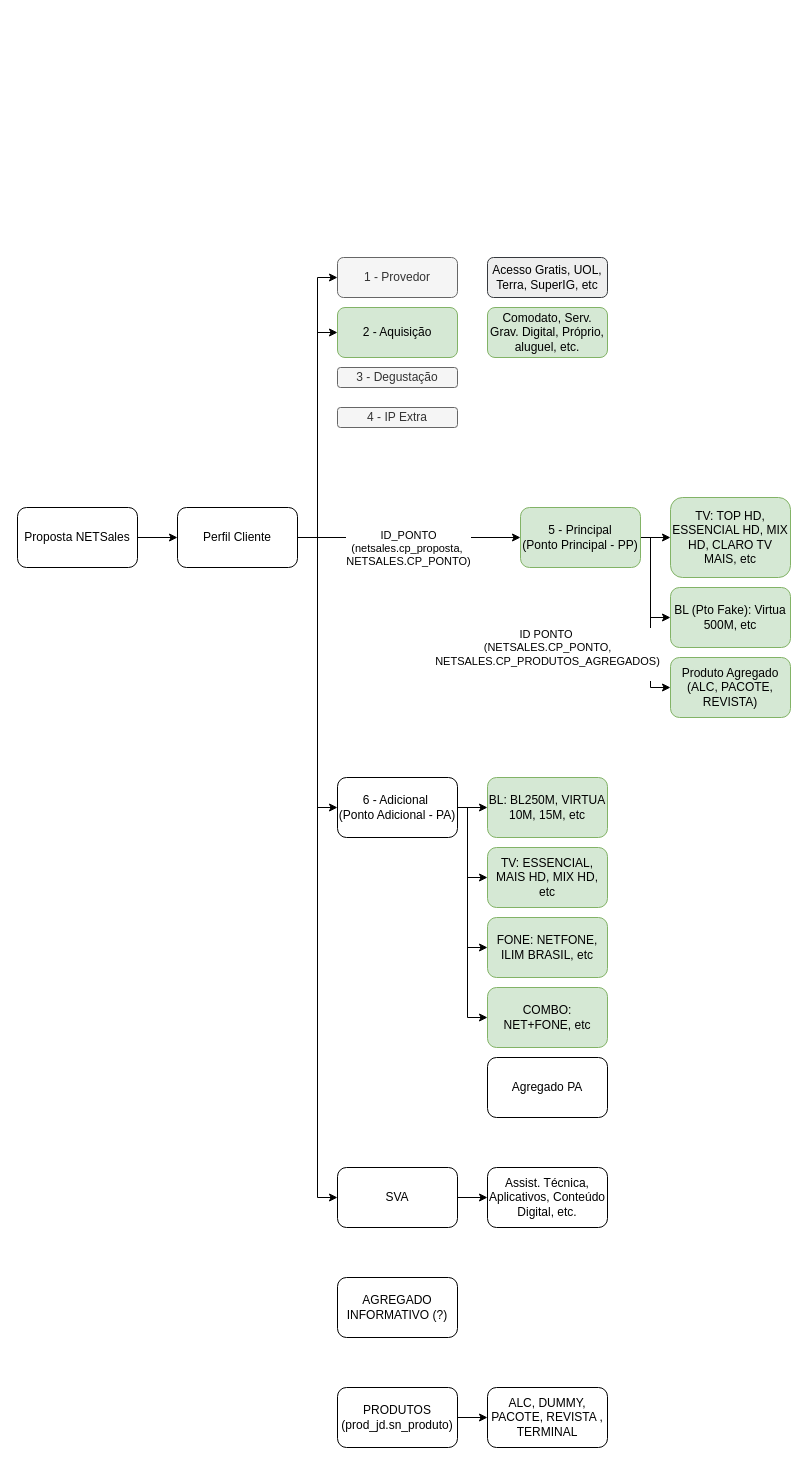
This is page "V2" (2 of 2) of Conceito Pedido.drawio from samirali/ClaroBrasil, a draw.io file, before an edit. Source tidied: cells renumbered, new cells numbered last; positions are measured from the earlier drawing's top-left corner, leaving out a move shared by most shapes. Both pictures are drawn from the tidied source at 100%, with x=0, y=0 at pixel (17, 257).
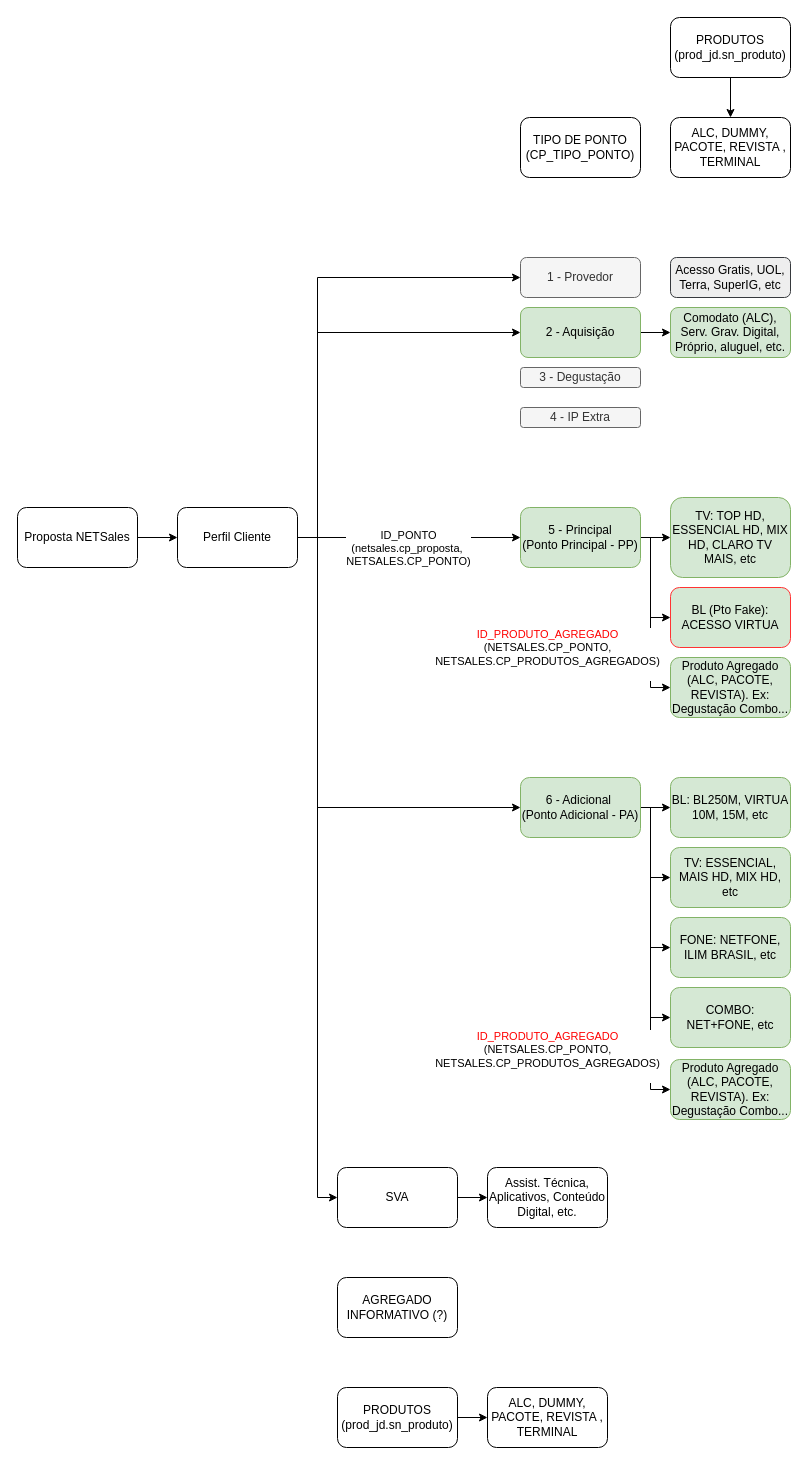
After the change.

Unchanged cells that the change refers to:
```xml
<mxCell id="4" style="edgeStyle=orthogonalEdgeStyle;rounded=0;jettySize=auto;html=1;entryX=0;entryY=0.5;entryDx=0;entryDy=0;" parent="1" edge="1" source="6" target="10">
  <mxGeometry relative="1" as="geometry">
    <Array as="points">
      <mxPoint x="633" y="280" />
      <mxPoint x="633" y="430" />
    </Array>
  </mxGeometry>
</mxCell>
<mxCell id="18" value="Perfil Cliente" style="rounded=1;whiteSpace=wrap;html=1;" parent="1" vertex="1">
  <mxGeometry x="160" y="250" width="120" height="60" as="geometry" />
</mxCell>
```

What changed in the source:
```diff
@@
-    <mxCell id="5" value="ID PONTO&amp;nbsp;&lt;div&gt;(NETSALES.CP_PONTO,&lt;/div&gt;&lt;div&gt;NETSALES.CP_PRODUTOS_AGREGADOS)&lt;/div&gt;&lt;div&gt;&lt;br&gt;&lt;/div&gt;" style="edgeLabel;html=1;align=center;verticalAlign=middle;" parent="4" vertex="1">
+    <mxCell id="5" value="&lt;font style=&quot;color: rgb(255, 0, 0);&quot;&gt;ID_PRODUTO_AGREGADO&lt;/font&gt;&lt;br&gt;&lt;div&gt;(NETSALES.CP_PONTO,&lt;/div&gt;&lt;div&gt;NETSALES.CP_PRODUTOS_AGREGADOS)&lt;/div&gt;&lt;div&gt;&lt;br&gt;&lt;/div&gt;" style="edgeLabel;html=1;align=center;verticalAlign=middle;" parent="4" vertex="1">
       <mxGeometry x="0.44" y="-2" relative="1" as="geometry">
         <mxPoint x="-102" y="-4" as="offset" />
       </mxGeometry>
     </mxCell>
@@
-    <mxCell id="10" value="Produto Agregado (ALC, PACOTE, REVISTA)" style="rounded=1;whiteSpace=wrap;html=1;fillColor=#d5e8d4;strokeColor=#82b366;" parent="1" vertex="1">
+    <mxCell id="10" value="Produto Agregado (ALC, PACOTE, REVISTA). Ex: Degustação Combo..." style="rounded=1;whiteSpace=wrap;html=1;fillColor=#d5e8d4;strokeColor=#82b366;" parent="1" vertex="1">
       <mxGeometry x="653" y="400" width="120" height="60" as="geometry" />
     </mxCell>
-    <mxCell id="11" value="BL (Pto Fake): Virtua 500M, etc" style="rounded=1;whiteSpace=wrap;html=1;fillColor=#d5e8d4;strokeColor=#82b366;" parent="1" vertex="1">
+    <mxCell id="11" value="BL (Pto Fake): ACESSO VIRTUA" style="rounded=1;whiteSpace=wrap;html=1;fillColor=#d5e8d4;strokeColor=#FF3333;" parent="1" vertex="1">
       <mxGeometry x="653" y="330" width="120" height="60" as="geometry" />
     </mxCell>
     <mxCell id="12" style="edgeStyle=orthogonalEdgeStyle;rounded=0;jettySize=auto;html=1;entryX=0;entryY=0.5;entryDx=0;entryDy=0;" parent="1" edge="1" source="18" target="23">
-      <mxGeometry relative="1" as="geometry" />
+      <mxGeometry relative="1" as="geometry">
+        <Array as="points">
+          <mxPoint x="300" y="280" />
+          <mxPoint x="300" y="550" />
+        </Array>
+      </mxGeometry>
     </mxCell>
@@
     <mxCell id="14" style="edgeStyle=orthogonalEdgeStyle;rounded=0;jettySize=auto;html=1;entryX=0;entryY=0.5;entryDx=0;entryDy=0;" parent="1" edge="1" source="18" target="30">
-      <mxGeometry relative="1" as="geometry" />
+      <mxGeometry relative="1" as="geometry">
+        <Array as="points">
+          <mxPoint x="300" y="280" />
+          <mxPoint x="300" y="20" />
+        </Array>
+      </mxGeometry>
     </mxCell>
     <mxCell id="15" style="edgeStyle=orthogonalEdgeStyle;rounded=0;jettySize=auto;html=1;entryX=0;entryY=0.5;entryDx=0;entryDy=0;" parent="1" edge="1" source="18" target="31">
-      <mxGeometry relative="1" as="geometry" />
+      <mxGeometry relative="1" as="geometry">
+        <Array as="points">
+          <mxPoint x="300" y="280" />
+          <mxPoint x="300" y="75" />
+        </Array>
+      </mxGeometry>
     </mxCell>
@@
     <mxCell id="20" style="edgeStyle=orthogonalEdgeStyle;rounded=0;jettySize=auto;html=1;entryX=0;entryY=0.5;entryDx=0;entryDy=0;" parent="1" edge="1" source="23" target="36">
       <mxGeometry relative="1" as="geometry">
         <Array as="points">
-          <mxPoint x="450" y="550" />
-          <mxPoint x="450" y="690" />
+          <mxPoint x="633" y="550" />
+          <mxPoint x="633" y="690" />
         </Array>
       </mxGeometry>
     </mxCell>
     <mxCell id="21" style="edgeStyle=orthogonalEdgeStyle;rounded=0;jettySize=auto;html=1;entryX=0;entryY=0.5;entryDx=0;entryDy=0;" parent="1" edge="1" source="23" target="37">
       <mxGeometry relative="1" as="geometry">
         <Array as="points">
-          <mxPoint x="450" y="550" />
-          <mxPoint x="450" y="760" />
+          <mxPoint x="633" y="550" />
+          <mxPoint x="633" y="760" />
         </Array>
       </mxGeometry>
     </mxCell>
     <mxCell id="22" style="edgeStyle=orthogonalEdgeStyle;rounded=0;jettySize=auto;html=1;entryX=0;entryY=0.5;entryDx=0;entryDy=0;" parent="1" edge="1" source="23" target="38">
       <mxGeometry relative="1" as="geometry">
         <Array as="points">
-          <mxPoint x="450" y="550" />
-          <mxPoint x="450" y="620" />
+          <mxPoint x="633" y="550" />
+          <mxPoint x="633" y="620" />
         </Array>
       </mxGeometry>
     </mxCell>
+    <mxCell id="42" style="edgeStyle=orthogonalEdgeStyle;rounded=0;jettySize=auto;html=1;entryX=0;entryY=0.5;entryDx=0;entryDy=0;" parent="1" edge="1" source="23" target="49">
+      <mxGeometry relative="1" as="geometry">
+        <Array as="points">
+          <mxPoint x="633" y="550" />
+          <mxPoint x="633" y="832" />
+        </Array>
+      </mxGeometry>
+    </mxCell>
-    <mxCell id="23" value="6 - Adicional&amp;nbsp;&lt;div&gt;(Ponto Adicional - PA)&lt;/div&gt;" style="rounded=1;whiteSpace=wrap;html=1;" parent="1" vertex="1">
-      <mxGeometry x="320" y="520" width="120" height="60" as="geometry" />
+    <mxCell id="23" value="6 - Adicional&amp;nbsp;&lt;div&gt;(Ponto Adicional - PA)&lt;/div&gt;" style="rounded=1;whiteSpace=wrap;html=1;fillColor=#d5e8d4;strokeColor=#82b366;" parent="1" vertex="1">
+      <mxGeometry x="503" y="520" width="120" height="60" as="geometry" />
     </mxCell>
     <mxCell id="24" value="BL: BL250M, VIRTUA 10M, 15M, etc" style="rounded=1;whiteSpace=wrap;html=1;fillColor=#d5e8d4;strokeColor=#82b366;" parent="1" vertex="1">
-      <mxGeometry x="470" y="520" width="120" height="60" as="geometry" />
+      <mxGeometry x="653" y="520" width="120" height="60" as="geometry" />
     </mxCell>
-    <mxCell id="25" value="Agregado PA" style="rounded=1;whiteSpace=wrap;html=1;" parent="1" vertex="1">
-      <mxGeometry x="470" y="800" width="120" height="60" as="geometry" />
-    </mxCell>
@@
     <mxCell id="30" value="1 - Provedor" style="rounded=1;whiteSpace=wrap;html=1;fillColor=#f5f5f5;fontColor=#333333;strokeColor=#666666;" parent="1" vertex="1">
-      <mxGeometry x="320" width="120" height="40" as="geometry" />
+      <mxGeometry x="503" width="120" height="40" as="geometry" />
     </mxCell>
+    <mxCell id="43" style="edgeStyle=orthogonalEdgeStyle;rounded=0;jettySize=auto;html=1;" parent="1" edge="1" source="31" target="35">
+      <mxGeometry relative="1" as="geometry" />
+    </mxCell>
     <mxCell id="31" value="2 - Aquisição" style="rounded=1;whiteSpace=wrap;html=1;fillColor=#d5e8d4;strokeColor=#82b366;" parent="1" vertex="1">
-      <mxGeometry x="320" y="50" width="120" height="50" as="geometry" />
+      <mxGeometry x="503" y="50" width="120" height="50" as="geometry" />
     </mxCell>
     <mxCell id="32" value="3 - Degustação" style="rounded=1;whiteSpace=wrap;html=1;fillColor=#f5f5f5;fontColor=#333333;strokeColor=#666666;" parent="1" vertex="1">
-      <mxGeometry x="320" y="110" width="120" height="20" as="geometry" />
+      <mxGeometry x="503" y="110" width="120" height="20" as="geometry" />
     </mxCell>
     <mxCell id="33" value="4 - IP Extra" style="rounded=1;whiteSpace=wrap;html=1;fillColor=#f5f5f5;fontColor=#333333;strokeColor=#666666;" parent="1" vertex="1">
-      <mxGeometry x="320" y="150" width="120" height="20" as="geometry" />
+      <mxGeometry x="503" y="150" width="120" height="20" as="geometry" />
     </mxCell>
     <mxCell id="34" value="Acesso Gratis, UOL, Terra, SuperIG, etc" style="rounded=1;whiteSpace=wrap;html=1;fillColor=#eeeeee;strokeColor=#36393d;" parent="1" vertex="1">
-      <mxGeometry x="470" width="120" height="40" as="geometry" />
+      <mxGeometry x="653" width="120" height="40" as="geometry" />
     </mxCell>
-    <mxCell id="35" value="Comodato, Serv. Grav. Digital, Próprio, aluguel, etc." style="rounded=1;whiteSpace=wrap;html=1;fillColor=#d5e8d4;strokeColor=#82b366;" parent="1" vertex="1">
-      <mxGeometry x="470" y="50" width="120" height="50" as="geometry" />
+    <mxCell id="35" value="Comodato (ALC), Serv. Grav. Digital, Próprio, aluguel, etc." style="rounded=1;whiteSpace=wrap;html=1;fillColor=#d5e8d4;strokeColor=#82b366;" parent="1" vertex="1">
+      <mxGeometry x="653" y="50" width="120" height="50" as="geometry" />
     </mxCell>
     <mxCell id="36" value="FONE: NETFONE, ILIM BRASIL, etc" style="rounded=1;whiteSpace=wrap;html=1;fillColor=#d5e8d4;strokeColor=#82b366;" parent="1" vertex="1">
-      <mxGeometry x="470" y="660" width="120" height="60" as="geometry" />
+      <mxGeometry x="653" y="660" width="120" height="60" as="geometry" />
     </mxCell>
     <mxCell id="37" value="COMBO: NET+FONE, etc" style="rounded=1;whiteSpace=wrap;html=1;fillColor=#d5e8d4;strokeColor=#82b366;" parent="1" vertex="1">
-      <mxGeometry x="470" y="730" width="120" height="60" as="geometry" />
+      <mxGeometry x="653" y="730" width="120" height="60" as="geometry" />
     </mxCell>
     <mxCell id="38" value="TV: ESSENCIAL, MAIS HD, MIX HD, etc" style="rounded=1;whiteSpace=wrap;html=1;fillColor=#d5e8d4;strokeColor=#82b366;" parent="1" vertex="1">
-      <mxGeometry x="470" y="590" width="120" height="60" as="geometry" />
+      <mxGeometry x="653" y="590" width="120" height="60" as="geometry" />
     </mxCell>
@@
+    <mxCell id="44" style="edgeStyle=orthogonalEdgeStyle;rounded=0;jettySize=auto;html=1;entryX=0.5;entryY=0;entryDx=0;entryDy=0;" parent="1" edge="1" source="45" target="46">
+      <mxGeometry relative="1" as="geometry" />
+    </mxCell>
+    <mxCell id="45" value="PRODUTOS (prod_jd.sn_produto)" style="rounded=1;whiteSpace=wrap;html=1;" parent="1" vertex="1">
+      <mxGeometry x="653" y="-240" width="120" height="60" as="geometry" />
+    </mxCell>
+    <mxCell id="46" value="ALC, DUMMY, PACOTE, REVISTA , TERMINAL" style="rounded=1;whiteSpace=wrap;html=1;" parent="1" vertex="1">
+      <mxGeometry x="653" y="-140" width="120" height="60" as="geometry" />
+    </mxCell>
+    <mxCell id="47" value="TIPO DE PONTO (CP_TIPO_PONTO)" style="rounded=1;whiteSpace=wrap;html=1;" parent="1" vertex="1">
+      <mxGeometry x="503" y="-140" width="120" height="60" as="geometry" />
+    </mxCell>
+    <mxCell id="48" value="&lt;font style=&quot;color: rgb(255, 0, 0);&quot;&gt;ID_PRODUTO_AGREGADO&lt;/font&gt;&lt;br&gt;&lt;div&gt;(NETSALES.CP_PONTO,&lt;/div&gt;&lt;div&gt;NETSALES.CP_PRODUTOS_AGREGADOS)&lt;/div&gt;&lt;div&gt;&lt;br&gt;&lt;/div&gt;" style="edgeLabel;html=1;align=center;verticalAlign=middle;" parent="1" vertex="1">
+      <mxGeometry x="529" y="798" as="geometry" />
+    </mxCell>
+    <mxCell id="49" value="Produto Agregado (ALC, PACOTE, REVISTA). Ex: Degustação Combo..." style="rounded=1;whiteSpace=wrap;html=1;fillColor=#d5e8d4;strokeColor=#82b366;" parent="1" vertex="1">
+      <mxGeometry x="653" y="802" width="120" height="60" as="geometry" />
+    </mxCell>
```
